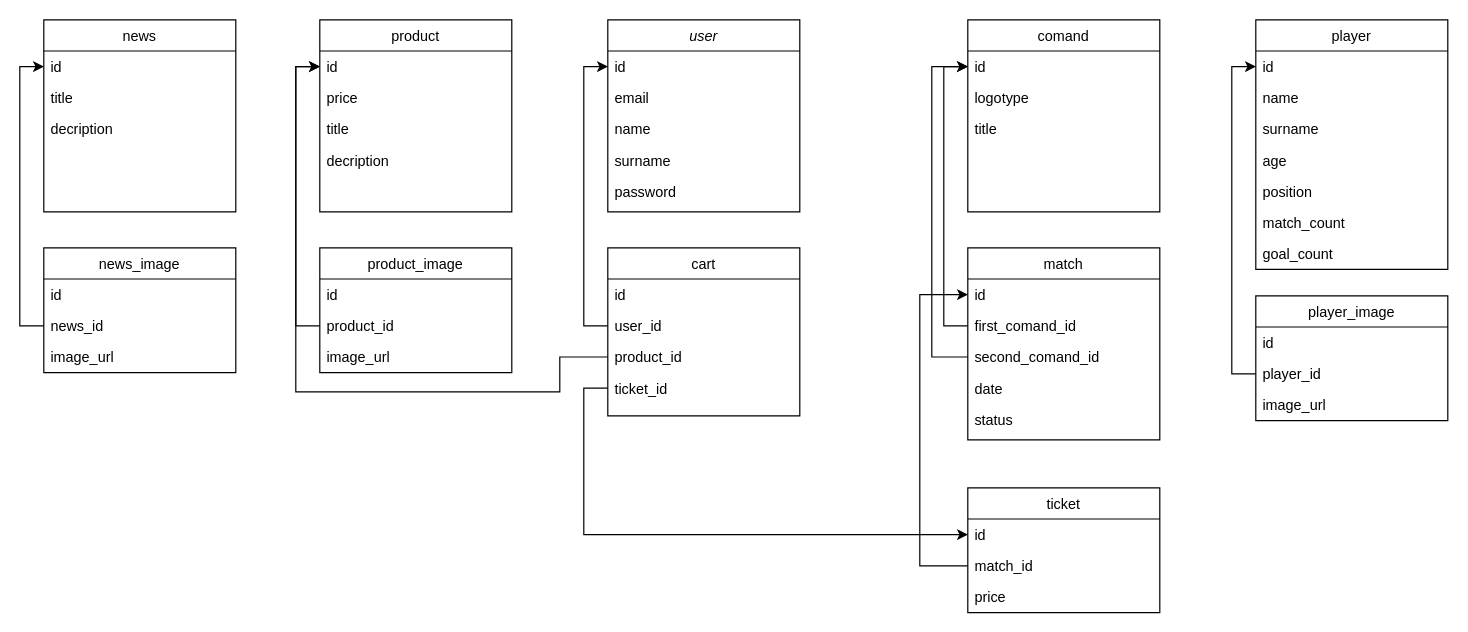
YFK1M/jj keeps this draw.io diagram as Untitled Diagram.drawio. Above is the earlier version. Source tidied: cells renumbered, new cells numbered last; positions are measured from the earlier drawing's top-left corner, leaving out a move shared by most shapes. Both pictures are drawn from the tidied source at 120%, with x=0, y=0 at pixel (43, 19).
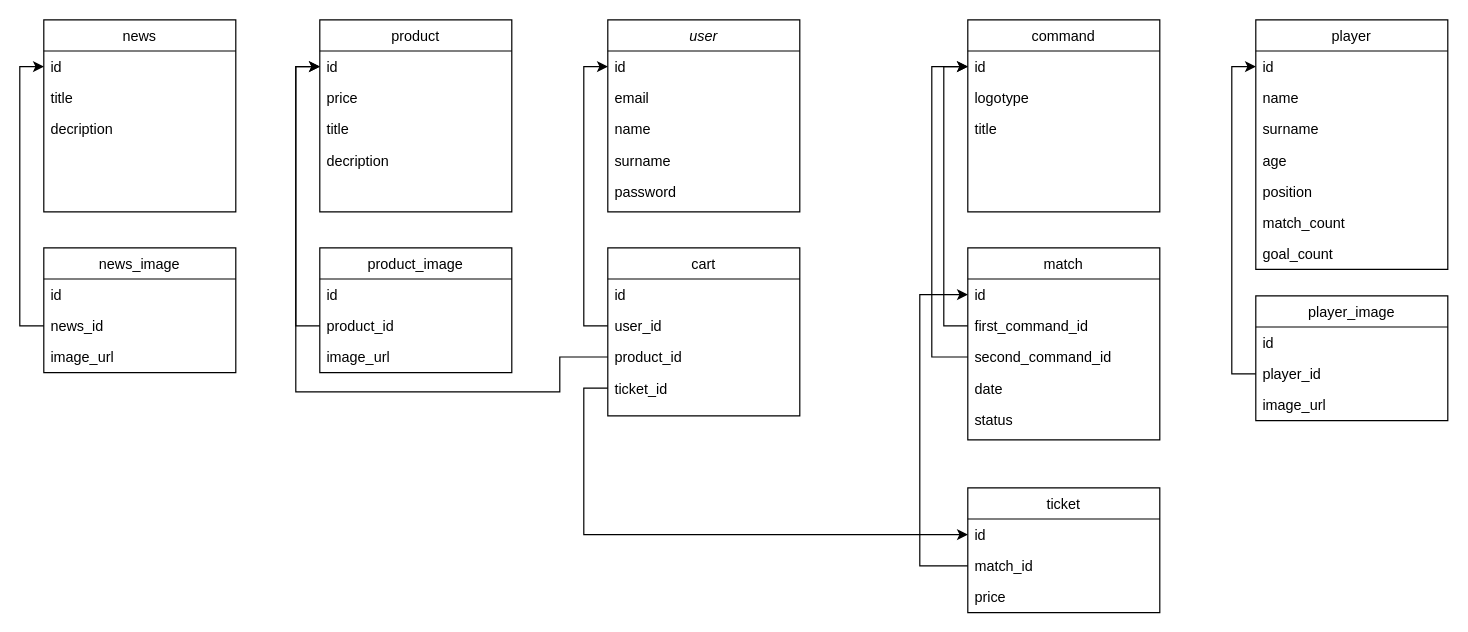
The same page after the edit.

The change refers to these unchanged cells:
```xml
<mxCell id="18" value="match" style="swimlane;fontStyle=0;align=center;verticalAlign=top;horizontal=1;startSize=26;rounded=0;shadow=0;strokeWidth=1;" parent="1" vertex="1">
  <mxGeometry x="770" y="190" width="160" height="160" as="geometry" />
</mxCell>
```

Change to the diagram source:
```diff
@@
-    <mxCell id="20" value="first_comand_id" style="text;align=left;verticalAlign=top;spacingLeft=4;spacingRight=4;overflow=hidden;points=[[0,0.5],[1,0.5]];portConstraint=eastwest;rounded=0;shadow=0;html=0;" parent="18" vertex="1">
+    <mxCell id="20" value="first_command_id" style="text;align=left;verticalAlign=top;spacingLeft=4;spacingRight=4;overflow=hidden;points=[[0,0.5],[1,0.5]];portConstraint=eastwest;rounded=0;shadow=0;html=0;" parent="18" vertex="1">
       <mxGeometry y="52" width="160" height="26" as="geometry" />
     </mxCell>
-    <mxCell id="21" value="second_comand_id" style="text;align=left;verticalAlign=top;spacingLeft=4;spacingRight=4;overflow=hidden;points=[[0,0.5],[1,0.5]];portConstraint=eastwest;rounded=0;shadow=0;html=0;" parent="18" vertex="1">
+    <mxCell id="21" value="second_command_id" style="text;align=left;verticalAlign=top;spacingLeft=4;spacingRight=4;overflow=hidden;points=[[0,0.5],[1,0.5]];portConstraint=eastwest;rounded=0;shadow=0;html=0;" parent="18" vertex="1">
       <mxGeometry y="78" width="160" height="26" as="geometry" />
     </mxCell>
@@
-    <mxCell id="25" value="comand" style="swimlane;fontStyle=0;align=center;verticalAlign=top;horizontal=1;startSize=26;rounded=0;shadow=0;strokeWidth=1;" parent="1" vertex="1">
+    <mxCell id="25" value="command" style="swimlane;fontStyle=0;align=center;verticalAlign=top;horizontal=1;startSize=26;rounded=0;shadow=0;strokeWidth=1;" parent="1" vertex="1">
       <mxGeometry x="770" width="160" height="160" as="geometry" />
     </mxCell>
```
